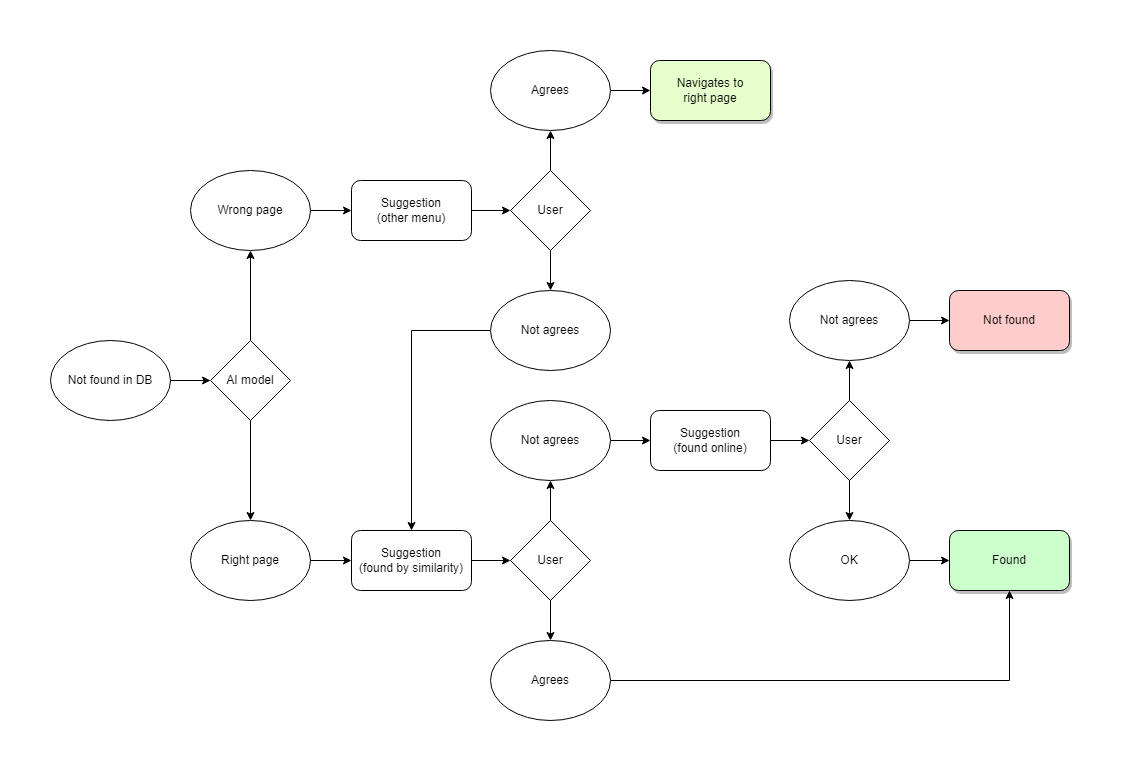
The draw.io diagram doc/inorganic-suggestions.png in quimifyapp/api, before a commit. Source tidied: cells renumbered, new cells last; positions are measured from the earlier drawing's top-left corner, leaving out a move shared by most shapes.
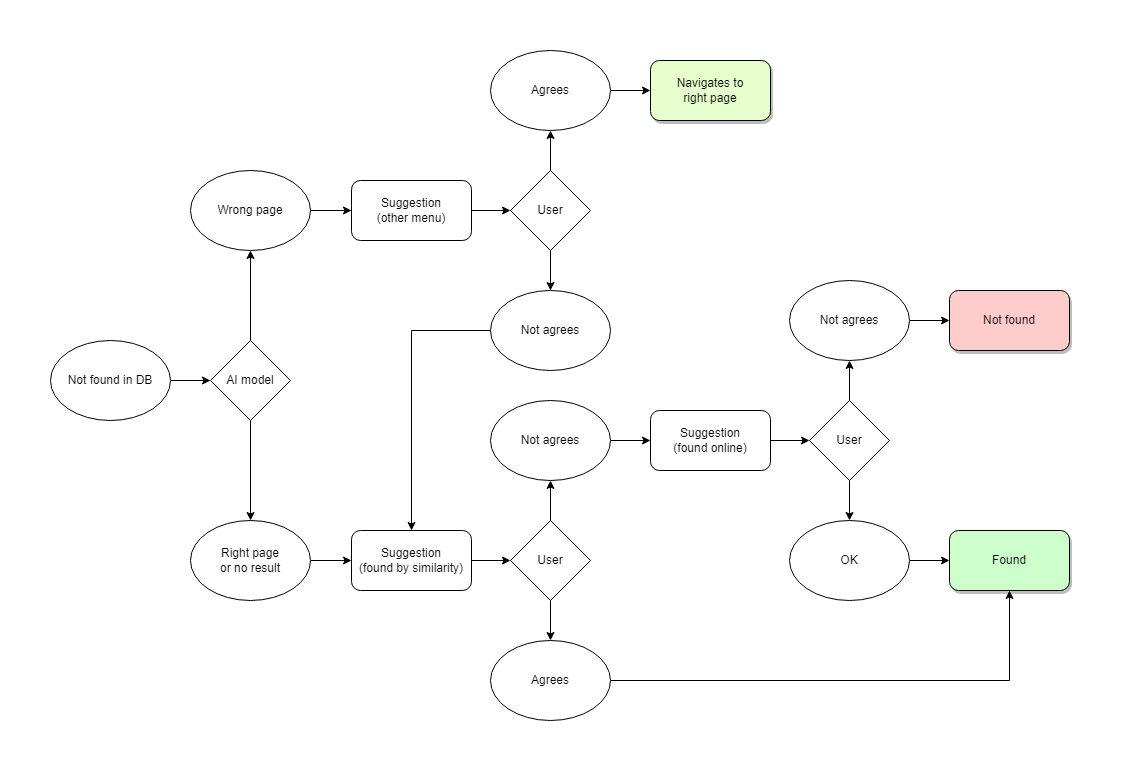
The same file after the commit.

Commit message:
Add classifierUrl to 'settings' table

The edit, as a diff of the source:
```diff
@@ -14,7 +14,7 @@
     <mxCell id="5" style="edgeStyle=none;rounded=0;jettySize=auto;html=1;exitX=1;exitY=0.5;exitDx=0;exitDy=0;entryX=0;entryY=0.5;entryDx=0;entryDy=0;" parent="1" edge="1" source="6" target="10">
       <mxGeometry relative="1" as="geometry" />
     </mxCell>
-    <mxCell id="6" value="Right page" style="ellipse;whiteSpace=wrap;html=1;" parent="1" vertex="1">
+    <mxCell id="6" value="Right page&lt;br&gt;or no result" style="ellipse;whiteSpace=wrap;html=1;" parent="1" vertex="1">
       <mxGeometry x="140" y="470" width="120" height="80" as="geometry" />
     </mxCell>
     <mxCell id="7" style="edgeStyle=none;rounded=0;jettySize=auto;html=1;exitX=1;exitY=0.5;exitDx=0;exitDy=0;entryX=0;entryY=0.5;entryDx=0;entryDy=0;" parent="1" edge="1" source="8" target="12">
```
